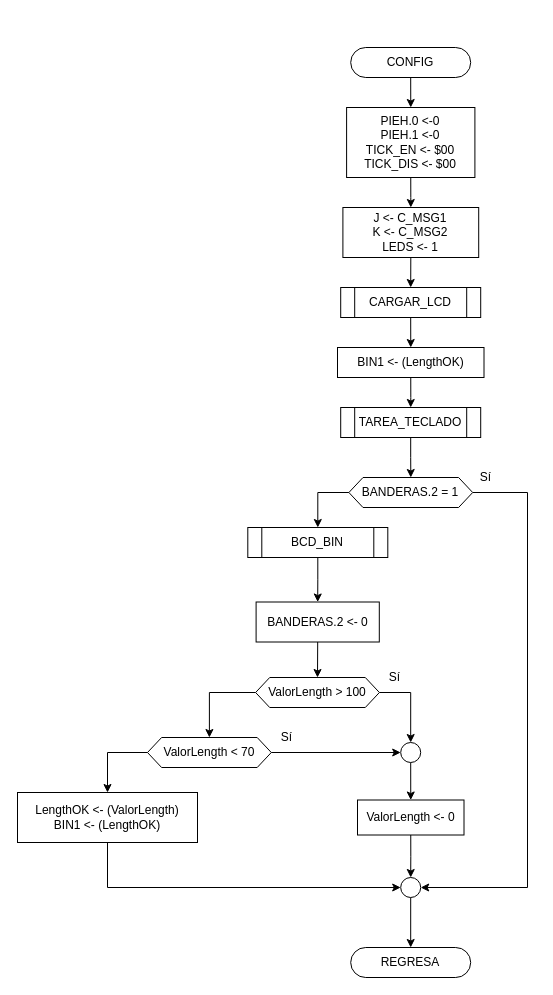
Before: Proyecto/diagrams/CONFIG.drawio in moisotico/Microprocesadores, a draw.io diagram. Source tidied: cells renumbered, new cells numbered last; positions are measured from the earlier drawing's top-left corner, leaving out a move shared by most shapes. Both pictures are drawn from the tidied source at 100%, with x=0, y=0 at pixel (17, 47).
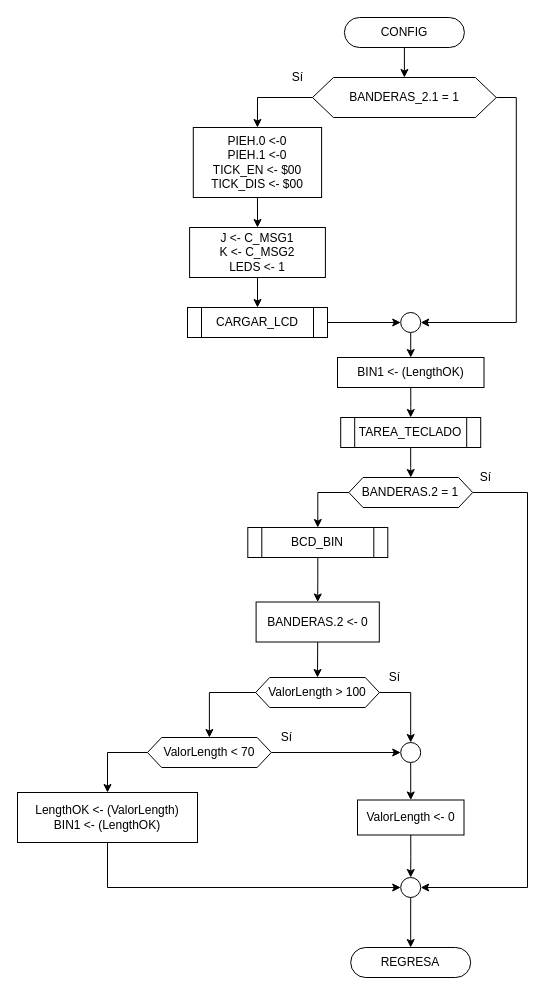
The same page after the edit.

What changed in the source:
```diff
@@
-    <mxCell id="2" style="edgeStyle=orthogonalEdgeStyle;rounded=0;jettySize=auto;html=1;exitX=0.5;exitY=1;exitDx=0;exitDy=0;entryX=0.5;entryY=0;entryDx=0;entryDy=0;" parent="1" edge="1" source="3" target="37">
+    <mxCell id="2" style="edgeStyle=orthogonalEdgeStyle;rounded=0;jettySize=auto;html=1;exitX=0.5;exitY=1;exitDx=0;exitDy=0;entryX=0.5;entryY=0;entryDx=0;entryDy=0;" parent="1" edge="1" source="3" target="41">
       <mxGeometry relative="1" as="geometry" />
     </mxCell>
     <mxCell id="3" value="CONFIG" style="rounded=1;whiteSpace=wrap;html=1;fontSize=12;glass=0;strokeWidth=1;shadow=0;arcSize=50;" parent="1" vertex="1">
-      <mxGeometry x="333.2" width="120" height="30" as="geometry" />
+      <mxGeometry x="326.9" y="-30" width="120" height="30" as="geometry" />
     </mxCell>
-    <mxCell id="4" style="edgeStyle=orthogonalEdgeStyle;rounded=0;jettySize=auto;html=1;exitX=0.5;exitY=1;exitDx=0;exitDy=0;entryX=0.5;entryY=0;entryDx=0;entryDy=0;" parent="1" edge="1" source="5" target="33">
-      <mxGeometry relative="1" as="geometry" />
-    </mxCell>
-    <mxCell id="5" value="J &amp;lt;- C_MSG1&lt;br&gt;K &amp;lt;- C_MSG2&lt;br&gt;LEDS &amp;lt;- 1" style="rounded=0;whiteSpace=wrap;html=1;" parent="1" vertex="1">
-      <mxGeometry x="325.4" y="160" width="135.8" height="50" as="geometry" />
-    </mxCell>
@@
     <mxCell id="31" value="TAREA_TECLADO" style="shape=process;whiteSpace=wrap;html=1;backgroundOutline=1;" parent="1" vertex="1">
-      <mxGeometry x="323.2" y="360" width="140" height="30" as="geometry" />
+      <mxGeometry x="323.2" y="370" width="140" height="30" as="geometry" />
     </mxCell>
-    <mxCell id="32" style="edgeStyle=orthogonalEdgeStyle;rounded=0;jettySize=auto;html=1;exitX=0.5;exitY=1;exitDx=0;exitDy=0;entryX=0.5;entryY=0;entryDx=0;entryDy=0;" parent="1" edge="1" source="33" target="35">
-      <mxGeometry relative="1" as="geometry" />
-    </mxCell>
-    <mxCell id="33" value="CARGAR_LCD" style="shape=process;whiteSpace=wrap;html=1;backgroundOutline=1;" parent="1" vertex="1">
-      <mxGeometry x="323.2" y="240" width="140" height="30" as="geometry" />
-    </mxCell>
@@
     <mxCell id="35" value="BIN1 &amp;lt;- (LengthOK)" style="rounded=0;whiteSpace=wrap;html=1;" parent="1" vertex="1">
-      <mxGeometry x="320" y="300" width="146.5" height="30" as="geometry" />
+      <mxGeometry x="320" y="310" width="146.5" height="30" as="geometry" />
     </mxCell>
+    <mxCell id="38" value="Sí" style="text;html=1;align=center;verticalAlign=middle;" parent="1" vertex="1">
+      <mxGeometry x="453.2" y="420" width="30" height="20" as="geometry" />
+    </mxCell>
+    <mxCell id="39" style="edgeStyle=orthogonalEdgeStyle;rounded=0;jettySize=auto;html=1;exitX=0;exitY=0.5;exitDx=0;exitDy=0;entryX=0.5;entryY=0;entryDx=0;entryDy=0;" parent="1" edge="1" source="41" target="37">
+      <mxGeometry relative="1" as="geometry" />
+    </mxCell>
+    <mxCell id="40" style="edgeStyle=orthogonalEdgeStyle;rounded=0;jettySize=auto;html=1;exitX=1;exitY=0.5;exitDx=0;exitDy=0;entryX=1;entryY=0.5;entryDx=0;entryDy=0;" parent="1" edge="1" source="41" target="44">
+      <mxGeometry relative="1" as="geometry" />
+    </mxCell>
+    <mxCell id="41" value="BANDERAS_2.1 = 1" style="shape=hexagon;perimeter=hexagonPerimeter2;whiteSpace=wrap;html=1;size=0.11394117647058827;" parent="1" vertex="1">
+      <mxGeometry x="295" y="30" width="183.8" height="40" as="geometry" />
+    </mxCell>
+    <mxCell id="4" style="edgeStyle=orthogonalEdgeStyle;rounded=0;jettySize=auto;html=1;exitX=0.5;exitY=1;exitDx=0;exitDy=0;entryX=0.5;entryY=0;entryDx=0;entryDy=0;" parent="1" edge="1" source="5" target="33">
+      <mxGeometry relative="1" as="geometry" />
+    </mxCell>
+    <mxCell id="5" value="J &amp;lt;- C_MSG1&lt;br&gt;K &amp;lt;- C_MSG2&lt;br&gt;LEDS &amp;lt;- 1" style="rounded=0;whiteSpace=wrap;html=1;" parent="1" vertex="1">
+      <mxGeometry x="172.1" y="180" width="135.8" height="50" as="geometry" />
+    </mxCell>
+    <mxCell id="42" style="edgeStyle=orthogonalEdgeStyle;rounded=0;jettySize=auto;html=1;exitX=1;exitY=0.5;exitDx=0;exitDy=0;entryX=0;entryY=0.5;entryDx=0;entryDy=0;" parent="1" edge="1" source="33" target="44">
+      <mxGeometry relative="1" as="geometry" />
+    </mxCell>
+    <mxCell id="33" value="CARGAR_LCD" style="shape=process;whiteSpace=wrap;html=1;backgroundOutline=1;" parent="1" vertex="1">
+      <mxGeometry x="170" y="260" width="140" height="30" as="geometry" />
+    </mxCell>
@@
     <mxCell id="37" value="PIEH.0 &amp;lt;-0&lt;br&gt;PIEH.1 &amp;lt;-0&lt;br&gt;TICK_EN &amp;lt;- $00&lt;br&gt;TICK_DIS &amp;lt;- $00" style="rounded=0;whiteSpace=wrap;html=1;" parent="1" vertex="1">
-      <mxGeometry x="329.1" y="60" width="128.3" height="70" as="geometry" />
+      <mxGeometry x="175.8" y="80" width="128.3" height="70" as="geometry" />
     </mxCell>
-    <mxCell id="38" value="Sí" style="text;html=1;align=center;verticalAlign=middle;" parent="1" vertex="1">
-      <mxGeometry x="453.2" y="420" width="30" height="20" as="geometry" />
-    </mxCell>
+    <mxCell id="43" style="edgeStyle=orthogonalEdgeStyle;rounded=0;jettySize=auto;html=1;exitX=0.5;exitY=1;exitDx=0;exitDy=0;entryX=0.5;entryY=0;entryDx=0;entryDy=0;" parent="1" edge="1" source="44" target="35">
+      <mxGeometry relative="1" as="geometry" />
+    </mxCell>
+    <mxCell id="44" style="ellipse;whiteSpace=wrap;html=1;" parent="1" vertex="1">
+      <mxGeometry x="383.2" y="265" width="20" height="20" as="geometry" />
+    </mxCell>
+    <mxCell id="45" value="Sí" style="text;html=1;align=center;verticalAlign=middle;" parent="1" vertex="1">
+      <mxGeometry x="265" y="20" width="30" height="20" as="geometry" />
+    </mxCell>
```
